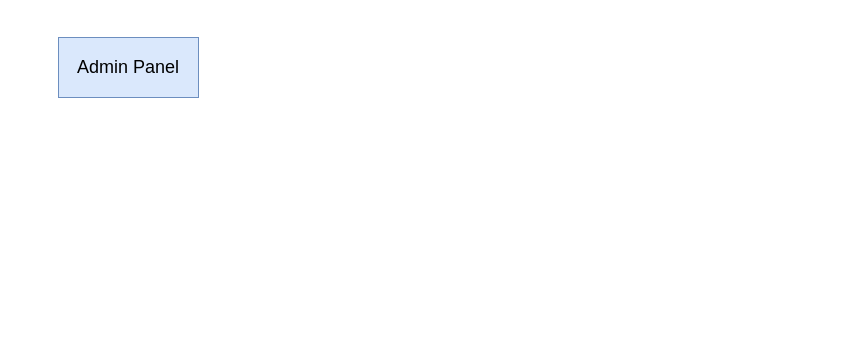
Above: MEP As-Is.drawio in aliimran-pk/learning-repo (draw.io), before the change. Source tidied: cells renumbered, new cells numbered last; positions are measured from the earlier drawing's top-left corner, leaving out a move shared by most shapes. Both pictures are drawn from the tidied source at 100%, with x=0, y=0 at pixel (58, 37).
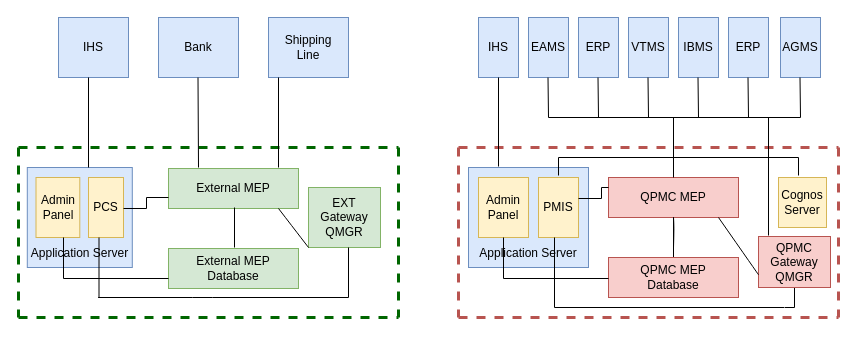
The same page after the edit.

Change to the diagram source:
```diff
@@
+    <mxCell id="3" value="External MEP" style="rounded=0;whiteSpace=wrap;html=1;fillColor=#d5e8d4;strokeColor=#82b366;" parent="1" vertex="1">
+      <mxGeometry x="110" y="131" width="130" height="40" as="geometry" />
+    </mxCell>
+    <mxCell id="4" value="&lt;div&gt;External MEP&lt;/div&gt;&lt;div&gt;Database&lt;br&gt;&lt;/div&gt;" style="rounded=0;whiteSpace=wrap;html=1;fillColor=#d5e8d4;strokeColor=#82b366;" parent="1" vertex="1">
+      <mxGeometry x="110" y="211" width="130" height="40" as="geometry" />
+    </mxCell>
+    <mxCell id="5" style="edgeStyle=orthogonalEdgeStyle;rounded=0;jettySize=auto;html=1;entryX=0.542;entryY=0.1;entryDx=0;entryDy=0;entryPerimeter=0;strokeWidth=3;strokeColor=none;" parent="1" edge="1" source="6" target="10">
+      <mxGeometry relative="1" as="geometry" />
+    </mxCell>
+    <mxCell id="6" value="IHS" style="rounded=0;whiteSpace=wrap;html=1;fillColor=#dae8fc;strokeColor=#6c8ebf;" parent="1" vertex="1">
+      <mxGeometry y="-20" width="70" height="60" as="geometry" />
+    </mxCell>
+    <mxCell id="7" value="Bank" style="rounded=0;whiteSpace=wrap;html=1;fillColor=#dae8fc;strokeColor=#6c8ebf;" parent="1" vertex="1">
+      <mxGeometry x="100" y="-20" width="80" height="60" as="geometry" />
+    </mxCell>
+    <mxCell id="8" value="&lt;div&gt;Shipping&lt;/div&gt;&lt;div&gt;Line&lt;br&gt;&lt;/div&gt;" style="rounded=0;whiteSpace=wrap;html=1;fillColor=#dae8fc;strokeColor=#6c8ebf;" parent="1" vertex="1">
+      <mxGeometry x="210" y="-20" width="80" height="60" as="geometry" />
+    </mxCell>
+    <mxCell id="9" style="group;" parent="1" vertex="1">
+      <mxGeometry x="-40" y="130" width="140" height="100" as="geometry" />
+    </mxCell>
+    <mxCell id="10" value="&lt;div&gt;&lt;br&gt;&lt;/div&gt;&lt;div&gt;&lt;br&gt;&lt;/div&gt;&lt;div&gt;&lt;br&gt;&lt;/div&gt;&lt;div&gt;&lt;br&gt;&lt;/div&gt;&lt;div&gt;&lt;br&gt;&lt;/div&gt;&lt;div&gt;Application Server&lt;br&gt;&lt;/div&gt;" style="rounded=0;whiteSpace=wrap;html=1;fillColor=#dae8fc;strokeColor=#6c8ebf;" parent="9" vertex="1">
+      <mxGeometry x="8.8" width="105" height="100" as="geometry" />
+    </mxCell>
-    <mxCell id="2" value="&lt;font style=&quot;font-size: 18px&quot;&gt;Admin Panel&lt;/font&gt;" style="rounded=0;whiteSpace=wrap;html=1;fillColor=#dae8fc;strokeColor=#6c8ebf;" parent="1" vertex="1">
-      <mxGeometry width="140" height="60" as="geometry" />
+    <mxCell id="2" value="&lt;div&gt;&lt;font style=&quot;font-size: 12px&quot;&gt;Admin &lt;br&gt;&lt;/font&gt;&lt;/div&gt;&lt;div&gt;&lt;font style=&quot;font-size: 12px&quot;&gt;Panel&lt;/font&gt;&lt;/div&gt;" style="rounded=0;whiteSpace=wrap;html=1;fillColor=#fff2cc;strokeColor=#d6b656;" parent="9" vertex="1">
+      <mxGeometry x="17.5" y="10" width="43.8" height="60" as="geometry" />
     </mxCell>
+    <mxCell id="11" value="PCS" style="rounded=0;whiteSpace=wrap;html=1;fillColor=#fff2cc;strokeColor=#d6b656;" parent="9" vertex="1">
+      <mxGeometry x="70" y="10" width="35" height="60" as="geometry" />
+    </mxCell>
+    <mxCell id="12" style="endArrow=none;dashed=1;html=1;fillColor=#f8cecc;rounded=0;strokeWidth=3;strokeColor=#006600;" parent="9" edge="1">
+      <mxGeometry relative="1" as="geometry">
+        <mxPoint y="-20" as="sourcePoint" />
+        <mxPoint y="150" as="targetPoint" />
+      </mxGeometry>
+    </mxCell>
+    <mxCell id="13" style="endArrow=none;html=1;strokeColor=#000000;strokeWidth=1;" parent="9" edge="1">
+      <mxGeometry relative="1" as="geometry">
+        <mxPoint x="80.5" y="130" as="sourcePoint" />
+        <mxPoint x="80.5" y="70" as="targetPoint" />
+      </mxGeometry>
+    </mxCell>
+    <mxCell id="14" style="endArrow=none;html=1;strokeColor=#000000;strokeWidth=1;" parent="9" edge="1">
+      <mxGeometry relative="1" as="geometry">
+        <mxPoint x="79.6" y="130" as="sourcePoint" />
+        <mxPoint x="330" y="130" as="targetPoint" />
+        <Array as="points">
+          <mxPoint x="183.8" y="130" />
+        </Array>
+      </mxGeometry>
+    </mxCell>
+    <mxCell id="15" value="&lt;div&gt;EXT Gateway &lt;br&gt;&lt;/div&gt;&lt;div&gt;QMGR&lt;br&gt;&lt;/div&gt;" style="rounded=0;whiteSpace=wrap;html=1;fillColor=#d5e8d4;strokeColor=#82b366;" parent="1" vertex="1">
+      <mxGeometry x="250" y="150" width="72" height="60" as="geometry" />
+    </mxCell>
+    <mxCell id="16" style="endArrow=none;dashed=1;html=1;fillColor=#f8cecc;rounded=0;strokeWidth=3;strokeColor=#006600;" parent="1" edge="1">
+      <mxGeometry relative="1" as="geometry">
+        <mxPoint x="-40" y="110" as="sourcePoint" />
+        <mxPoint x="340" y="110" as="targetPoint" />
+      </mxGeometry>
+    </mxCell>
+    <mxCell id="17" style="endArrow=none;dashed=1;html=1;fillColor=#f8cecc;rounded=0;strokeWidth=3;strokeColor=#006600;" parent="1" edge="1">
+      <mxGeometry relative="1" as="geometry">
+        <mxPoint x="-40" y="280" as="sourcePoint" />
+        <mxPoint x="340" y="280" as="targetPoint" />
+      </mxGeometry>
+    </mxCell>
+    <mxCell id="18" style="endArrow=none;dashed=1;html=1;fillColor=#f8cecc;rounded=0;strokeWidth=3;strokeColor=#006600;" parent="1" edge="1">
+      <mxGeometry relative="1" as="geometry">
+        <mxPoint x="340" y="110" as="sourcePoint" />
+        <mxPoint x="340" y="280" as="targetPoint" />
+      </mxGeometry>
+    </mxCell>
+    <mxCell id="19" value="QPMC MEP" style="rounded=0;whiteSpace=wrap;html=1;fillColor=#f8cecc;strokeColor=#b85450;" parent="1" vertex="1">
+      <mxGeometry x="550" y="140" width="130" height="40" as="geometry" />
+    </mxCell>
+    <mxCell id="20" style="edgeStyle=orthogonalEdgeStyle;rounded=1;jettySize=auto;html=1;endArrow=none;endFill=0;endSize=3;strokeColor=#000000;strokeWidth=1;" parent="1" edge="1" source="24">
+      <mxGeometry relative="1" as="geometry">
+        <mxPoint x="615" y="190" as="targetPoint" />
+      </mxGeometry>
+    </mxCell>
+    <mxCell id="21" style="edgeStyle=orthogonalEdgeStyle;rounded=1;jettySize=auto;html=1;endArrow=none;endFill=0;endSize=3;strokeColor=#000000;strokeWidth=1;" parent="1" edge="1" source="24" target="19">
+      <mxGeometry relative="1" as="geometry" />
+    </mxCell>
+    <mxCell id="22" style="edgeStyle=orthogonalEdgeStyle;rounded=1;jettySize=auto;html=1;endArrow=none;endFill=0;endSize=3;strokeColor=#000000;strokeWidth=1;" parent="1" edge="1" target="19">
+      <mxGeometry relative="1" as="geometry">
+        <mxPoint x="615" y="210" as="sourcePoint" />
+      </mxGeometry>
+    </mxCell>
+    <mxCell id="23" style="edgeStyle=orthogonalEdgeStyle;curved=1;jettySize=auto;html=1;endArrow=none;endFill=0;endSize=3;strokeColor=#000000;strokeWidth=1;" parent="1" edge="1" source="24" target="19">
+      <mxGeometry relative="1" as="geometry" />
+    </mxCell>
+    <mxCell id="24" value="&lt;div&gt;QPMC MEP&lt;/div&gt;&lt;div&gt;Database&lt;br&gt;&lt;/div&gt;" style="rounded=0;whiteSpace=wrap;html=1;fillColor=#f8cecc;strokeColor=#b85450;" parent="1" vertex="1">
+      <mxGeometry x="550" y="220" width="130" height="40" as="geometry" />
+    </mxCell>
+    <mxCell id="25" value="IHS" style="rounded=0;whiteSpace=wrap;html=1;fillColor=#dae8fc;strokeColor=#6c8ebf;" parent="1" vertex="1">
+      <mxGeometry x="420" y="-20" width="40" height="60" as="geometry" />
+    </mxCell>
+    <mxCell id="26" value="EAMS" style="rounded=0;whiteSpace=wrap;html=1;fillColor=#dae8fc;strokeColor=#6c8ebf;" parent="1" vertex="1">
+      <mxGeometry x="470" y="-20" width="40" height="60" as="geometry" />
+    </mxCell>
+    <mxCell id="27" value="ERP" style="rounded=0;whiteSpace=wrap;html=1;fillColor=#dae8fc;strokeColor=#6c8ebf;" parent="1" vertex="1">
+      <mxGeometry x="520" y="-20" width="40" height="60" as="geometry" />
+    </mxCell>
+    <mxCell id="28" style="group;" parent="1" vertex="1">
+      <mxGeometry x="400" y="130" width="160" height="100" as="geometry" />
+    </mxCell>
+    <mxCell id="29" value="&lt;div&gt;&lt;br&gt;&lt;/div&gt;&lt;div&gt;&lt;br&gt;&lt;/div&gt;&lt;div&gt;&lt;br&gt;&lt;/div&gt;&lt;div&gt;&lt;br&gt;&lt;/div&gt;&lt;div&gt;&lt;br&gt;&lt;/div&gt;&lt;div&gt;Application Server&lt;br&gt;&lt;/div&gt;" style="rounded=0;whiteSpace=wrap;html=1;fillColor=#dae8fc;strokeColor=#6c8ebf;" parent="28" vertex="1">
+      <mxGeometry x="10" width="120" height="100" as="geometry" />
+    </mxCell>
+    <mxCell id="30" value="&lt;div&gt;&lt;font style=&quot;font-size: 12px&quot;&gt;Admin &lt;br&gt;&lt;/font&gt;&lt;/div&gt;&lt;div&gt;&lt;font style=&quot;font-size: 12px&quot;&gt;Panel&lt;/font&gt;&lt;/div&gt;" style="rounded=0;whiteSpace=wrap;html=1;fillColor=#fff2cc;strokeColor=#d6b656;" parent="28" vertex="1">
+      <mxGeometry x="20" y="10" width="50" height="60" as="geometry" />
+    </mxCell>
+    <mxCell id="31" value="PMIS" style="rounded=0;whiteSpace=wrap;html=1;fillColor=#fff2cc;strokeColor=#d6b656;" parent="28" vertex="1">
+      <mxGeometry x="80" y="10" width="40" height="60" as="geometry" />
+    </mxCell>
+    <mxCell id="32" style="endArrow=none;dashed=1;html=1;fillColor=#f8cecc;strokeColor=#b85450;rounded=0;strokeWidth=3;" parent="28" edge="1">
+      <mxGeometry relative="1" as="geometry">
+        <mxPoint y="-20" as="sourcePoint" />
+        <mxPoint y="150" as="targetPoint" />
+      </mxGeometry>
+    </mxCell>
+    <mxCell id="33" style="edgeStyle=orthogonalEdgeStyle;rounded=0;orthogonalLoop=1;jettySize=auto;html=1;endArrow=none;endFill=0;endSize=3;strokeColor=#000000;strokeWidth=1;" parent="28" edge="1">
+      <mxGeometry relative="1" as="geometry">
+        <mxPoint x="120" y="31" as="sourcePoint" />
+        <mxPoint x="150" y="20" as="targetPoint" />
+        <Array as="points">
+          <mxPoint x="143" y="31" />
+          <mxPoint x="143" y="20" />
+        </Array>
+      </mxGeometry>
+    </mxCell>
+    <mxCell id="34" style="edgeStyle=orthogonalEdgeStyle;rounded=0;jettySize=auto;html=1;endArrow=none;endFill=0;endSize=3;strokeColor=#000000;strokeWidth=1;" parent="1" edge="1" source="35">
+      <mxGeometry relative="1" as="geometry">
+        <mxPoint x="726" y="270" as="targetPoint" />
+      </mxGeometry>
+    </mxCell>
+    <mxCell id="35" value="&lt;div&gt;QPMC Gateway &lt;br&gt;&lt;/div&gt;&lt;div&gt;QMGR&lt;br&gt;&lt;/div&gt;" style="rounded=0;whiteSpace=wrap;html=1;fillColor=#f8cecc;strokeColor=#b85450;" parent="1" vertex="1">
+      <mxGeometry x="700" y="199" width="72" height="51" as="geometry" />
+    </mxCell>
+    <mxCell id="36" style="endArrow=none;dashed=1;html=1;fillColor=#f8cecc;strokeColor=#b85450;rounded=0;strokeWidth=3;" parent="1" edge="1">
+      <mxGeometry relative="1" as="geometry">
+        <mxPoint x="400" y="110" as="sourcePoint" />
+        <mxPoint x="780" y="110" as="targetPoint" />
+      </mxGeometry>
+    </mxCell>
+    <mxCell id="37" style="endArrow=none;dashed=1;html=1;fillColor=#f8cecc;strokeColor=#b85450;rounded=0;strokeWidth=3;" parent="1" edge="1">
+      <mxGeometry relative="1" as="geometry">
+        <mxPoint x="400" y="280" as="sourcePoint" />
+        <mxPoint x="780" y="280" as="targetPoint" />
+      </mxGeometry>
+    </mxCell>
+    <mxCell id="38" style="endArrow=none;dashed=1;html=1;fillColor=#f8cecc;strokeColor=#b85450;rounded=0;strokeWidth=3;" parent="1" edge="1">
+      <mxGeometry relative="1" as="geometry">
+        <mxPoint x="780" y="110" as="sourcePoint" />
+        <mxPoint x="780" y="280" as="targetPoint" />
+      </mxGeometry>
+    </mxCell>
+    <mxCell id="39" value="VTMS" style="rounded=0;whiteSpace=wrap;html=1;fillColor=#dae8fc;strokeColor=#6c8ebf;" parent="1" vertex="1">
+      <mxGeometry x="570" y="-20" width="40" height="60" as="geometry" />
+    </mxCell>
+    <mxCell id="40" value="IBMS" style="rounded=0;whiteSpace=wrap;html=1;fillColor=#dae8fc;strokeColor=#6c8ebf;" parent="1" vertex="1">
+      <mxGeometry x="620" y="-20" width="40" height="60" as="geometry" />
+    </mxCell>
+    <mxCell id="41" value="ERP" style="rounded=0;whiteSpace=wrap;html=1;fillColor=#dae8fc;strokeColor=#6c8ebf;" parent="1" vertex="1">
+      <mxGeometry x="670" y="-20" width="40" height="60" as="geometry" />
+    </mxCell>
+    <mxCell id="42" value="AGMS" style="rounded=0;whiteSpace=wrap;html=1;fillColor=#dae8fc;strokeColor=#6c8ebf;" parent="1" vertex="1">
+      <mxGeometry x="722" y="-20" width="40" height="60" as="geometry" />
+    </mxCell>
+    <mxCell id="43" style="endArrow=none;html=1;strokeWidth=1;endSize=3;" parent="1" edge="1">
+      <mxGeometry relative="1" as="geometry">
+        <mxPoint x="30" y="130" as="sourcePoint" />
+        <mxPoint x="30" y="40" as="targetPoint" />
+      </mxGeometry>
+    </mxCell>
+    <mxCell id="44" style="endArrow=none;html=1;strokeWidth=1;endSize=3;" parent="1" edge="1">
+      <mxGeometry relative="1" as="geometry">
+        <mxPoint x="140" y="130" as="sourcePoint" />
+        <mxPoint x="139.5" y="40" as="targetPoint" />
+      </mxGeometry>
+    </mxCell>
+    <mxCell id="45" style="endArrow=none;html=1;strokeWidth=1;endSize=3;" parent="1" edge="1">
+      <mxGeometry relative="1" as="geometry">
+        <mxPoint x="220" y="130" as="sourcePoint" />
+        <mxPoint x="220" y="40" as="targetPoint" />
+      </mxGeometry>
+    </mxCell>
+    <mxCell id="46" style="endArrow=none;html=1;strokeColor=#000000;strokeWidth=1;entryX=0.5;entryY=1;entryDx=0;entryDy=0;" parent="1" edge="1">
+      <mxGeometry relative="1" as="geometry">
+        <mxPoint x="290" y="260" as="sourcePoint" />
+        <mxPoint x="290" y="210" as="targetPoint" />
+      </mxGeometry>
+    </mxCell>
+    <mxCell id="47" style="endArrow=none;html=1;strokeWidth=1;endSize=3;" parent="1" edge="1">
+      <mxGeometry relative="1" as="geometry">
+        <mxPoint x="440" y="129" as="sourcePoint" />
+        <mxPoint x="440" y="40" as="targetPoint" />
+      </mxGeometry>
+    </mxCell>
+    <mxCell id="48" style="endArrow=none;html=1;strokeWidth=1;endSize=3;" parent="1" edge="1">
+      <mxGeometry relative="1" as="geometry">
+        <mxPoint x="490" y="80" as="sourcePoint" />
+        <mxPoint x="489.5" y="40" as="targetPoint" />
+      </mxGeometry>
+    </mxCell>
+    <mxCell id="49" style="endArrow=none;html=1;strokeWidth=1;endSize=3;" parent="1" edge="1">
+      <mxGeometry relative="1" as="geometry">
+        <mxPoint x="540" y="80" as="sourcePoint" />
+        <mxPoint x="539.5" y="40" as="targetPoint" />
+      </mxGeometry>
+    </mxCell>
+    <mxCell id="50" style="endArrow=none;html=1;strokeWidth=1;endSize=3;" parent="1" edge="1">
+      <mxGeometry relative="1" as="geometry">
+        <mxPoint x="590" y="80" as="sourcePoint" />
+        <mxPoint x="589.5" y="40" as="targetPoint" />
+      </mxGeometry>
+    </mxCell>
+    <mxCell id="51" style="endArrow=none;html=1;strokeWidth=1;endSize=3;" parent="1" edge="1">
+      <mxGeometry relative="1" as="geometry">
+        <mxPoint x="640" y="80" as="sourcePoint" />
+        <mxPoint x="639.5" y="40" as="targetPoint" />
+      </mxGeometry>
+    </mxCell>
+    <mxCell id="52" style="endArrow=none;html=1;strokeWidth=1;endSize=3;" parent="1" edge="1">
+      <mxGeometry relative="1" as="geometry">
+        <mxPoint x="690" y="80" as="sourcePoint" />
+        <mxPoint x="689.5" y="40" as="targetPoint" />
+      </mxGeometry>
+    </mxCell>
+    <mxCell id="53" style="endArrow=none;html=1;strokeWidth=1;endSize=3;" parent="1" edge="1">
+      <mxGeometry relative="1" as="geometry">
+        <mxPoint x="742" y="80" as="sourcePoint" />
+        <mxPoint x="741.5" y="40" as="targetPoint" />
+      </mxGeometry>
+    </mxCell>
+    <mxCell id="54" style="endArrow=none;html=1;strokeColor=#000000;strokeWidth=1;" parent="1" edge="1">
+      <mxGeometry relative="1" as="geometry">
+        <mxPoint x="490" y="80" as="sourcePoint" />
+        <mxPoint x="742" y="80" as="targetPoint" />
+      </mxGeometry>
+    </mxCell>
+    <mxCell id="55" style="endArrow=none;html=1;strokeColor=#000000;strokeWidth=1;" parent="1" edge="1">
+      <mxGeometry relative="1" as="geometry">
+        <mxPoint x="710" y="198" as="sourcePoint" />
+        <mxPoint x="710" y="80" as="targetPoint" />
+      </mxGeometry>
+    </mxCell>
+    <mxCell id="56" style="endArrow=none;html=1;strokeColor=#000000;strokeWidth=1;exitX=0.5;exitY=0;exitDx=0;exitDy=0;" parent="1" edge="1" source="19">
+      <mxGeometry relative="1" as="geometry">
+        <mxPoint x="615" y="80" as="targetPoint" />
+      </mxGeometry>
+    </mxCell>
+    <mxCell id="57" style="endArrow=none;html=1;strokeColor=#000000;strokeWidth=1;" parent="1" edge="1">
+      <mxGeometry relative="1" as="geometry">
+        <mxPoint x="176" y="210" as="sourcePoint" />
+        <mxPoint x="176" y="170" as="targetPoint" />
+      </mxGeometry>
+    </mxCell>
+    <mxCell id="58" style="endArrow=none;html=1;strokeColor=#000000;strokeWidth=1;curved=1;exitX=0;exitY=0.75;exitDx=0;exitDy=0;" parent="1" edge="1" source="35">
+      <mxGeometry relative="1" as="geometry">
+        <mxPoint x="660" y="180" as="targetPoint" />
+      </mxGeometry>
+    </mxCell>
+    <mxCell id="59" style="endArrow=none;html=1;strokeColor=#000000;strokeWidth=1;exitX=0;exitY=0.75;exitDx=0;exitDy=0;rounded=0;" parent="1" edge="1" source="4">
+      <mxGeometry relative="1" as="geometry">
+        <mxPoint x="5" y="200" as="targetPoint" />
+        <Array as="points">
+          <mxPoint x="5" y="241" />
+        </Array>
+      </mxGeometry>
+    </mxCell>
+    <mxCell id="60" style="endArrow=none;html=1;strokeColor=#000000;strokeWidth=1;exitX=0;exitY=0.75;exitDx=0;exitDy=0;entryX=0.5;entryY=1;entryDx=0;entryDy=0;rounded=0;" parent="1" edge="1">
+      <mxGeometry relative="1" as="geometry">
+        <mxPoint x="550" y="241" as="sourcePoint" />
+        <mxPoint x="445" y="200" as="targetPoint" />
+        <Array as="points">
+          <mxPoint x="445" y="241" />
+        </Array>
+      </mxGeometry>
+    </mxCell>
+    <mxCell id="61" style="endArrow=none;html=1;strokeColor=#000000;strokeWidth=1;entryX=0.5;entryY=1;entryDx=0;entryDy=0;rounded=0;" parent="1" edge="1">
+      <mxGeometry relative="1" as="geometry">
+        <mxPoint x="726" y="270" as="sourcePoint" />
+        <mxPoint x="496" y="200" as="targetPoint" />
+        <Array as="points">
+          <mxPoint x="496" y="270" />
+        </Array>
+      </mxGeometry>
+    </mxCell>
+    <mxCell id="62" style="endArrow=none;html=1;strokeColor=#000000;strokeWidth=1;curved=1;exitX=0;exitY=1;exitDx=0;exitDy=0;" parent="1" edge="1" source="15">
+      <mxGeometry relative="1" as="geometry">
+        <mxPoint x="220" y="171" as="targetPoint" />
+      </mxGeometry>
+    </mxCell>
+    <mxCell id="63" style="edgeStyle=orthogonalEdgeStyle;rounded=0;jettySize=auto;html=1;endArrow=none;endFill=0;endSize=3;strokeColor=#000000;strokeWidth=1;" parent="1" edge="1" source="11">
+      <mxGeometry relative="1" as="geometry">
+        <mxPoint x="110" y="160" as="targetPoint" />
+        <Array as="points">
+          <mxPoint x="88" y="171" />
+          <mxPoint x="88" y="160" />
+          <mxPoint x="110" y="160" />
+        </Array>
+      </mxGeometry>
+    </mxCell>
+    <mxCell id="64" value="Cognos Server" style="rounded=0;whiteSpace=wrap;html=1;fillColor=#fff2cc;strokeColor=#d6b656;" parent="1" vertex="1">
+      <mxGeometry x="720" y="140" width="48" height="50" as="geometry" />
+    </mxCell>
+    <mxCell id="65" style="edgeStyle=orthogonalEdgeStyle;rounded=0;orthogonalLoop=1;jettySize=auto;html=1;endArrow=none;endFill=0;endSize=3;strokeColor=#000000;strokeWidth=1;" parent="1" edge="1">
+      <mxGeometry relative="1" as="geometry">
+        <mxPoint x="500" y="138" as="sourcePoint" />
+        <mxPoint x="740" y="138" as="targetPoint" />
+        <Array as="points">
+          <mxPoint x="500" y="120" />
+          <mxPoint x="740" y="120" />
+        </Array>
+      </mxGeometry>
+    </mxCell>
```
